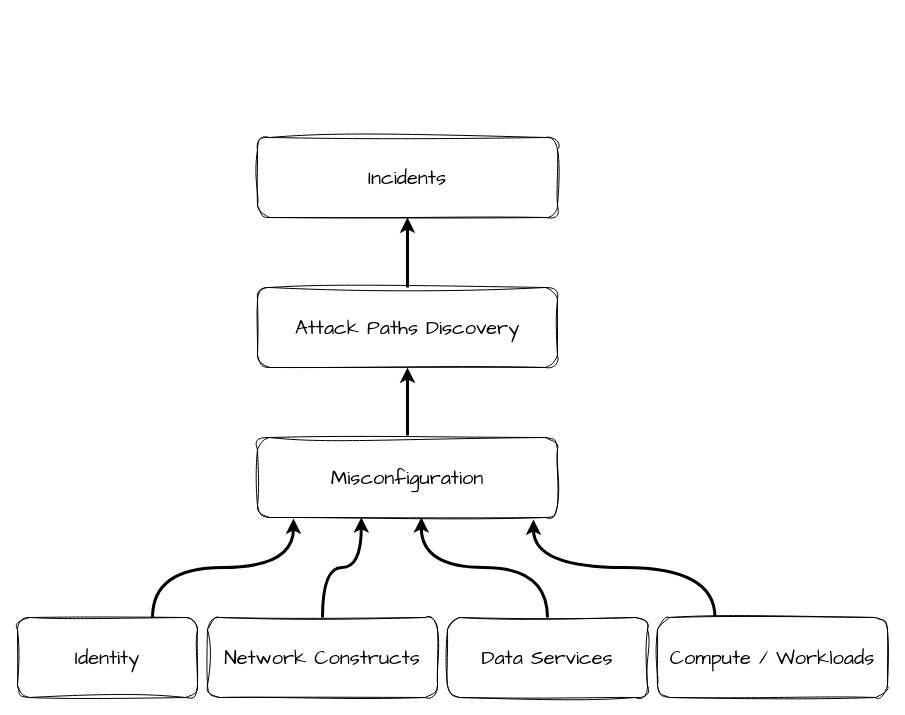
The draw.io diagram page "Alerts Types" (4 of 4) of Prisma Cloud - Features.drawio in billhoph/whiteboards, before the edit. Source tidied: cells renumbered, new cells numbered last; positions are measured from the earlier drawing's top-left corner, leaving out a move shared by most shapes. Both pictures are drawn from the tidied source at 100%, with x=0, y=0 at pixel (17, 137). Pictures stored in the file or linked from it are replaced by grey dashed boxes.
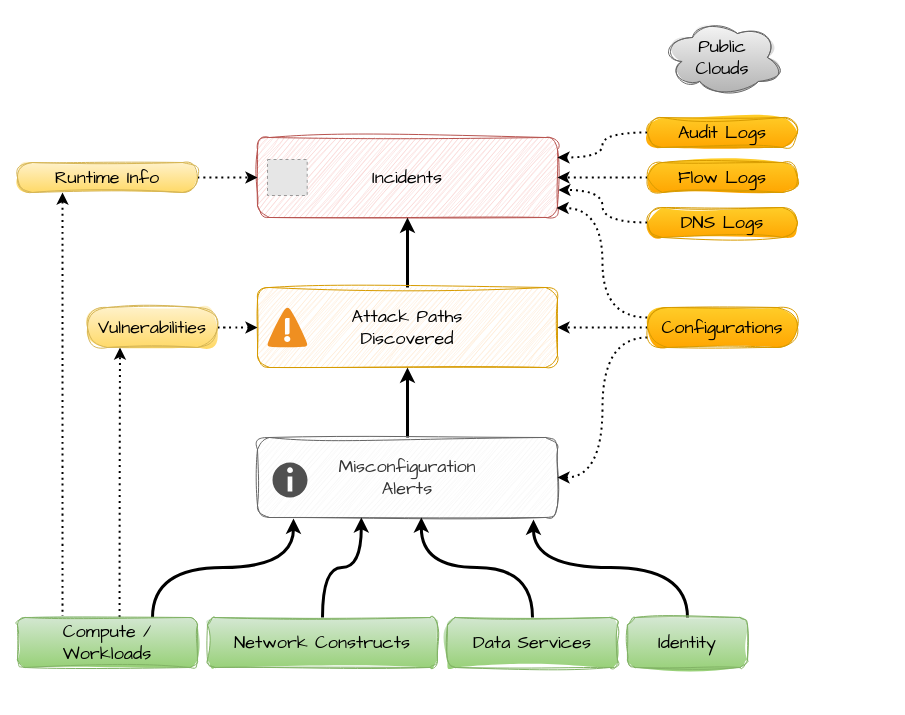
The same diagram, later.

The edit, as a diff of the source:
```diff
@@
-    <mxCell id="2" value="Incidents" style="rounded=1;whiteSpace=wrap;html=1;sketch=1;hachureGap=4;jiggle=2;curveFitting=1;fontFamily=Architects Daughter;fontSize=20;" parent="1" vertex="1">
+    <mxCell id="2" value="Incidents" style="rounded=1;whiteSpace=wrap;html=1;sketch=1;hachureGap=4;jiggle=2;curveFitting=1;fontFamily=Architects Daughter;fontSize=18;fillColor=#f8cecc;strokeColor=#b85450;" parent="1" vertex="1">
       <mxGeometry x="240" width="300" height="80" as="geometry" />
     </mxCell>
-    <mxCell id="3" style="edgeStyle=orthogonalEdgeStyle;rounded=0;hachureGap=4;jettySize=auto;html=1;entryX=0.5;entryY=1;entryDx=0;entryDy=0;fontFamily=Architects Daughter;flowAnimation=1;strokeWidth=3;curved=1;" parent="1" edge="1" source="4" target="2">
+    <mxCell id="3" style="edgeStyle=orthogonalEdgeStyle;rounded=0;hachureGap=4;jettySize=auto;html=1;entryX=0.5;entryY=1;entryDx=0;entryDy=0;fontFamily=Architects Daughter;flowAnimation=1;strokeWidth=3;curved=1;fontSize=18;" parent="1" edge="1" source="4" target="2">
       <mxGeometry relative="1" as="geometry" />
     </mxCell>
-    <mxCell id="4" value="Attack Paths Discovery" style="rounded=1;whiteSpace=wrap;html=1;sketch=1;hachureGap=4;jiggle=2;curveFitting=1;fontFamily=Architects Daughter;fontSize=20;" parent="1" vertex="1">
+    <mxCell id="4" value="Attack Paths&lt;div&gt;Discovered&lt;/div&gt;" style="rounded=1;whiteSpace=wrap;html=1;sketch=1;hachureGap=4;jiggle=2;curveFitting=1;fontFamily=Architects Daughter;fontSize=18;fillColor=#ffe6cc;strokeColor=#d79b00;" parent="1" vertex="1">
       <mxGeometry x="240" y="150" width="300" height="80" as="geometry" />
     </mxCell>
-    <mxCell id="5" style="edgeStyle=orthogonalEdgeStyle;rounded=0;hachureGap=4;jettySize=auto;html=1;exitX=0.5;exitY=0;exitDx=0;exitDy=0;entryX=0.5;entryY=1;entryDx=0;entryDy=0;fontFamily=Architects Daughter;flowAnimation=1;strokeWidth=3;curved=1;" parent="1" edge="1" source="6" target="4">
+    <mxCell id="5" style="edgeStyle=orthogonalEdgeStyle;rounded=0;hachureGap=4;jettySize=auto;html=1;exitX=0.5;exitY=0;exitDx=0;exitDy=0;entryX=0.5;entryY=1;entryDx=0;entryDy=0;fontFamily=Architects Daughter;flowAnimation=1;strokeWidth=3;curved=1;fontSize=18;" parent="1" edge="1" source="6" target="4">
       <mxGeometry relative="1" as="geometry" />
     </mxCell>
-    <mxCell id="6" value="Misconfiguration" style="rounded=1;whiteSpace=wrap;html=1;sketch=1;hachureGap=4;jiggle=2;curveFitting=1;fontFamily=Architects Daughter;fontSize=20;" parent="1" vertex="1">
+    <mxCell id="6" value="Misconfiguration&lt;div&gt;Alerts&lt;/div&gt;" style="rounded=1;whiteSpace=wrap;html=1;sketch=1;hachureGap=4;jiggle=2;curveFitting=1;fontFamily=Architects Daughter;fontSize=18;fillColor=#f5f5f5;fontColor=#333333;strokeColor=#666666;" parent="1" vertex="1">
       <mxGeometry x="240" y="300" width="300" height="80" as="geometry" />
     </mxCell>
-    <mxCell id="7" style="edgeStyle=orthogonalEdgeStyle;rounded=0;hachureGap=4;jettySize=auto;html=1;entryX=0.346;entryY=0.999;entryDx=0;entryDy=0;fontFamily=Architects Daughter;flowAnimation=1;strokeWidth=3;entryPerimeter=0;curved=1;" parent="1" edge="1" source="8" target="6">
+    <mxCell id="7" style="edgeStyle=orthogonalEdgeStyle;rounded=0;hachureGap=4;jettySize=auto;html=1;entryX=0.346;entryY=0.999;entryDx=0;entryDy=0;fontFamily=Architects Daughter;flowAnimation=1;strokeWidth=3;entryPerimeter=0;curved=1;fontSize=18;" parent="1" edge="1" source="8" target="6">
       <mxGeometry relative="1" as="geometry" />
     </mxCell>
+    <mxCell id="9" style="edgeStyle=orthogonalEdgeStyle;rounded=0;hachureGap=4;jettySize=auto;html=1;exitX=0.75;exitY=0;exitDx=0;exitDy=0;entryX=0.12;entryY=1.012;entryDx=0;entryDy=0;fontFamily=Architects Daughter;flowAnimation=1;strokeWidth=3;entryPerimeter=0;curved=1;fontSize=18;" parent="1" edge="1" source="10" target="6">
+      <mxGeometry relative="1" as="geometry" />
+    </mxCell>
+    <mxCell id="15" style="edgeStyle=orthogonalEdgeStyle;curved=1;rounded=0;hachureGap=4;jettySize=auto;html=1;entryX=0.25;entryY=1;entryDx=0;entryDy=0;dashed=1;dashPattern=1 2;strokeColor=default;strokeWidth=2;align=center;verticalAlign=middle;fontFamily=Architects Daughter;fontSize=11;fontColor=default;labelBackgroundColor=default;endArrow=classic;flowAnimation=1;exitX=0.567;exitY=-0.006;exitDx=0;exitDy=0;exitPerimeter=0;" parent="1" edge="1" source="10" target="23">
+      <mxGeometry relative="1" as="geometry" />
+    </mxCell>
+    <mxCell id="16" style="edgeStyle=orthogonalEdgeStyle;curved=1;rounded=0;hachureGap=4;jettySize=auto;html=1;exitX=0.25;exitY=0;exitDx=0;exitDy=0;entryX=0.25;entryY=1;entryDx=0;entryDy=0;dashed=1;dashPattern=1 2;strokeColor=default;strokeWidth=2;align=center;verticalAlign=middle;fontFamily=Architects Daughter;fontSize=11;fontColor=default;labelBackgroundColor=default;endArrow=classic;flowAnimation=1;" parent="1" edge="1" source="10" target="25">
+      <mxGeometry relative="1" as="geometry" />
+    </mxCell>
+    <mxCell id="11" style="edgeStyle=orthogonalEdgeStyle;rounded=0;hachureGap=4;jettySize=auto;html=1;exitX=0.5;exitY=0;exitDx=0;exitDy=0;entryX=0.546;entryY=0.999;entryDx=0;entryDy=0;fontFamily=Architects Daughter;flowAnimation=1;strokeWidth=3;entryPerimeter=0;curved=1;fontSize=18;" parent="1" edge="1" source="12" target="6">
+      <mxGeometry relative="1" as="geometry" />
+    </mxCell>
+    <mxCell id="13" style="edgeStyle=orthogonalEdgeStyle;rounded=0;hachureGap=4;jettySize=auto;html=1;exitX=0.5;exitY=0;exitDx=0;exitDy=0;entryX=0.92;entryY=1.026;entryDx=0;entryDy=0;strokeColor=default;strokeWidth=3;align=center;verticalAlign=middle;fontFamily=Architects Daughter;fontSize=18;fontColor=default;labelBackgroundColor=default;endArrow=classic;flowAnimation=1;entryPerimeter=0;curved=1;" parent="1" edge="1" source="14" target="6">
+      <mxGeometry relative="1" as="geometry" />
+    </mxCell>
+    <mxCell id="17" style="edgeStyle=orthogonalEdgeStyle;curved=1;rounded=0;hachureGap=4;jettySize=auto;html=1;exitX=0;exitY=0.5;exitDx=0;exitDy=0;entryX=1;entryY=0.5;entryDx=0;entryDy=0;dashed=1;dashPattern=1 2;strokeColor=default;strokeWidth=2;align=center;verticalAlign=middle;fontFamily=Architects Daughter;fontSize=11;fontColor=default;labelBackgroundColor=default;endArrow=classic;flowAnimation=1;" parent="1" edge="1" source="30" target="2">
+      <mxGeometry relative="1" as="geometry" />
+    </mxCell>
+    <mxCell id="18" style="edgeStyle=orthogonalEdgeStyle;rounded=0;hachureGap=4;jettySize=auto;html=1;exitX=0;exitY=0.5;exitDx=0;exitDy=0;entryX=1;entryY=0.25;entryDx=0;entryDy=0;fontFamily=Architects Daughter;curved=1;flowAnimation=1;dashed=1;dashPattern=1 2;strokeWidth=2;" parent="1" edge="1" source="31" target="2">
+      <mxGeometry relative="1" as="geometry" />
+    </mxCell>
+    <mxCell id="19" style="edgeStyle=orthogonalEdgeStyle;curved=1;rounded=0;hachureGap=4;jettySize=auto;html=1;exitX=0;exitY=0.25;exitDx=0;exitDy=0;entryX=0.997;entryY=0.881;entryDx=0;entryDy=0;dashed=1;dashPattern=1 2;strokeColor=default;strokeWidth=2;align=center;verticalAlign=middle;fontFamily=Architects Daughter;fontSize=11;fontColor=default;labelBackgroundColor=default;endArrow=classic;flowAnimation=1;entryPerimeter=0;" parent="1" edge="1" source="32" target="2">
+      <mxGeometry relative="1" as="geometry" />
+    </mxCell>
+    <mxCell id="20" style="edgeStyle=orthogonalEdgeStyle;curved=1;rounded=0;hachureGap=4;jettySize=auto;html=1;exitX=0;exitY=0.5;exitDx=0;exitDy=0;entryX=1;entryY=0.5;entryDx=0;entryDy=0;dashed=1;dashPattern=1 2;strokeColor=default;strokeWidth=2;align=center;verticalAlign=middle;fontFamily=Architects Daughter;fontSize=11;fontColor=default;labelBackgroundColor=default;endArrow=classic;flowAnimation=1;" parent="1" edge="1" source="32" target="4">
+      <mxGeometry relative="1" as="geometry" />
+    </mxCell>
+    <mxCell id="21" style="edgeStyle=orthogonalEdgeStyle;curved=1;rounded=0;hachureGap=4;jettySize=auto;html=1;exitX=0;exitY=0.75;exitDx=0;exitDy=0;entryX=1;entryY=0.5;entryDx=0;entryDy=0;dashed=1;dashPattern=1 2;strokeColor=default;strokeWidth=2;align=center;verticalAlign=middle;fontFamily=Architects Daughter;fontSize=11;fontColor=default;labelBackgroundColor=default;endArrow=classic;flowAnimation=1;" parent="1" edge="1" source="32" target="6">
+      <mxGeometry relative="1" as="geometry" />
+    </mxCell>
+    <mxCell id="22" style="edgeStyle=orthogonalEdgeStyle;curved=1;rounded=0;hachureGap=4;jettySize=auto;html=1;entryX=0;entryY=0.5;entryDx=0;entryDy=0;dashed=1;dashPattern=1 2;strokeColor=default;strokeWidth=2;align=center;verticalAlign=middle;fontFamily=Architects Daughter;fontSize=11;fontColor=default;labelBackgroundColor=default;endArrow=classic;flowAnimation=1;" parent="1" edge="1" source="23" target="4">
+      <mxGeometry relative="1" as="geometry" />
+    </mxCell>
+    <mxCell id="23" value="Vulnerabilities" style="rounded=1;whiteSpace=wrap;html=1;sketch=1;hachureGap=4;jiggle=2;curveFitting=1;fontFamily=Architects Daughter;arcSize=50;fontSize=18;fillColor=#fff2cc;gradientColor=#ffd966;strokeColor=#d6b656;" parent="1" vertex="1">
+      <mxGeometry x="70" y="170" width="130" height="40" as="geometry" />
+    </mxCell>
+    <mxCell id="24" style="edgeStyle=orthogonalEdgeStyle;curved=1;rounded=0;hachureGap=4;jettySize=auto;html=1;entryX=0;entryY=0.5;entryDx=0;entryDy=0;dashed=1;dashPattern=1 2;strokeColor=default;strokeWidth=2;align=center;verticalAlign=middle;fontFamily=Architects Daughter;fontSize=11;fontColor=default;labelBackgroundColor=default;endArrow=classic;flowAnimation=1;" parent="1" edge="1" source="25" target="2">
+      <mxGeometry relative="1" as="geometry" />
+    </mxCell>
+    <mxCell id="25" value="Runtime Info" style="rounded=1;whiteSpace=wrap;html=1;sketch=1;hachureGap=4;jiggle=2;curveFitting=1;fontFamily=Architects Daughter;arcSize=50;fontSize=18;fillColor=#fff2cc;gradientColor=#ffd966;strokeColor=#d6b656;" parent="1" vertex="1">
+      <mxGeometry y="25" width="180" height="30" as="geometry" />
+    </mxCell>
-    <mxCell id="8" value="Network Constructs" style="rounded=1;whiteSpace=wrap;html=1;sketch=1;hachureGap=4;jiggle=2;curveFitting=1;fontFamily=Architects Daughter;fontSize=20;" parent="1" vertex="1">
-      <mxGeometry x="190" y="480" width="230" height="80" as="geometry" />
+    <mxCell id="8" value="Network Constructs" style="rounded=1;whiteSpace=wrap;html=1;sketch=1;hachureGap=4;jiggle=2;curveFitting=1;fontFamily=Architects Daughter;fontSize=18;fillColor=#d5e8d4;gradientColor=#97d077;strokeColor=#82b366;" parent="1" vertex="1">
+      <mxGeometry x="190" y="480" width="230" height="50" as="geometry" />
     </mxCell>
-    <mxCell id="9" style="edgeStyle=orthogonalEdgeStyle;rounded=0;hachureGap=4;jettySize=auto;html=1;exitX=0.75;exitY=0;exitDx=0;exitDy=0;entryX=0.12;entryY=1.012;entryDx=0;entryDy=0;fontFamily=Architects Daughter;flowAnimation=1;strokeWidth=3;entryPerimeter=0;curved=1;" parent="1" edge="1" source="10" target="6">
-      <mxGeometry relative="1" as="geometry" />
-    </mxCell>
-    <mxCell id="10" value="Identity" style="rounded=1;whiteSpace=wrap;html=1;sketch=1;hachureGap=4;jiggle=2;curveFitting=1;fontFamily=Architects Daughter;fontSize=20;" parent="1" vertex="1">
-      <mxGeometry y="480" width="180" height="80" as="geometry" />
+    <mxCell id="10" value="Compute / Workloads" style="rounded=1;whiteSpace=wrap;html=1;sketch=1;hachureGap=4;jiggle=2;curveFitting=1;fontFamily=Architects Daughter;fontSize=18;fillColor=#d5e8d4;gradientColor=#97d077;strokeColor=#82b366;" parent="1" vertex="1">
+      <mxGeometry y="480" width="180" height="50" as="geometry" />
     </mxCell>
-    <mxCell id="11" style="edgeStyle=orthogonalEdgeStyle;rounded=0;hachureGap=4;jettySize=auto;html=1;exitX=0.5;exitY=0;exitDx=0;exitDy=0;entryX=0.546;entryY=0.999;entryDx=0;entryDy=0;fontFamily=Architects Daughter;flowAnimation=1;strokeWidth=3;entryPerimeter=0;curved=1;" parent="1" edge="1" source="12" target="6">
-      <mxGeometry relative="1" as="geometry" />
-    </mxCell>
-    <mxCell id="12" value="Data Services" style="rounded=1;whiteSpace=wrap;html=1;sketch=1;hachureGap=4;jiggle=2;curveFitting=1;fontFamily=Architects Daughter;fontSize=20;" parent="1" vertex="1">
-      <mxGeometry x="430" y="480" width="200" height="80" as="geometry" />
+    <mxCell id="12" value="Data Services" style="rounded=1;whiteSpace=wrap;html=1;sketch=1;hachureGap=4;jiggle=2;curveFitting=1;fontFamily=Architects Daughter;fontSize=18;fillColor=#d5e8d4;gradientColor=#97d077;strokeColor=#82b366;" parent="1" vertex="1">
+      <mxGeometry x="430" y="480" width="170" height="50" as="geometry" />
     </mxCell>
-    <mxCell id="13" style="edgeStyle=orthogonalEdgeStyle;rounded=0;hachureGap=4;jettySize=auto;html=1;exitX=0.25;exitY=0;exitDx=0;exitDy=0;entryX=0.92;entryY=1.026;entryDx=0;entryDy=0;strokeColor=default;strokeWidth=3;align=center;verticalAlign=middle;fontFamily=Architects Daughter;fontSize=11;fontColor=default;labelBackgroundColor=default;endArrow=classic;flowAnimation=1;entryPerimeter=0;curved=1;" parent="1" edge="1" source="14" target="6">
-      <mxGeometry relative="1" as="geometry" />
-    </mxCell>
-    <mxCell id="14" value="Compute / Workloads" style="rounded=1;whiteSpace=wrap;html=1;sketch=1;hachureGap=4;jiggle=2;curveFitting=1;fontFamily=Architects Daughter;fontSize=20;" parent="1" vertex="1">
-      <mxGeometry x="640" y="480" width="230" height="80" as="geometry" />
+    <mxCell id="14" value="Identity" style="rounded=1;whiteSpace=wrap;html=1;sketch=1;hachureGap=4;jiggle=2;curveFitting=1;fontFamily=Architects Daughter;fontSize=18;fillColor=#d5e8d4;gradientColor=#97d077;strokeColor=#82b366;" parent="1" vertex="1">
+      <mxGeometry x="610" y="480" width="120" height="50" as="geometry" />
     </mxCell>
+    <mxCell id="26" style="shadow=0;dashed=0;html=1;strokeColor=none;fillColor=#FF0000;labelPosition=center;verticalLabelPosition=bottom;verticalAlign=top;align=center;shape=mxgraph.veeam.2d.alert;hachureGap=4;fontFamily=Architects Daughter;fontSize=11;fontColor=default;labelBackgroundColor=default;" parent="1" vertex="1">
+      <mxGeometry x="250" y="170" width="40" height="40" as="geometry" />
+    </mxCell>
+    <mxCell id="27" style="sketch=0;shadow=0;dashed=0;html=1;strokeColor=none;labelPosition=center;verticalLabelPosition=bottom;verticalAlign=top;align=center;fillColor=#505050;shape=mxgraph.mscae.intune.alerts;hachureGap=4;jiggle=2;curveFitting=1;fontFamily=Architects Daughter;fontSize=11;fontColor=default;labelBackgroundColor=default;" parent="1" vertex="1">
+      <mxGeometry x="255" y="325" width="35" height="35" as="geometry" />
+    </mxCell>
+    <mxCell id="28" style="fillColor=#E6E6E6;strokeColor=#999999;dashed=1;verticalLabelPosition=bottom;labelBackgroundColor=default;verticalAlign=top;" parent="1" vertex="1">
+      <mxGeometry x="250" y="22" width="39.7" height="36" as="geometry" />
+    </mxCell>
+    <mxCell id="29" style="edgeStyle=orthogonalEdgeStyle;curved=1;rounded=0;hachureGap=4;jettySize=auto;html=1;exitX=0;exitY=0.5;exitDx=0;exitDy=0;entryX=1.003;entryY=0.656;entryDx=0;entryDy=0;dashed=1;dashPattern=1 2;strokeColor=default;strokeWidth=2;align=center;verticalAlign=middle;fontFamily=Architects Daughter;fontSize=11;fontColor=default;labelBackgroundColor=default;endArrow=classic;flowAnimation=1;entryPerimeter=0;" parent="1" edge="1" source="33" target="2">
+      <mxGeometry relative="1" as="geometry" />
+    </mxCell>
+    <mxCell id="30" value="Flow Logs" style="rounded=1;whiteSpace=wrap;html=1;sketch=1;hachureGap=4;jiggle=2;curveFitting=1;fontFamily=Architects Daughter;arcSize=50;fontSize=18;fillColor=#ffcd28;gradientColor=#ffa500;strokeColor=#d79b00;" parent="1" vertex="1">
+      <mxGeometry x="630" y="25" width="150" height="30" as="geometry" />
+    </mxCell>
+    <mxCell id="31" value="Audit Logs" style="rounded=1;whiteSpace=wrap;html=1;sketch=1;hachureGap=4;jiggle=2;curveFitting=1;fontFamily=Architects Daughter;arcSize=50;fontSize=18;fillColor=#ffcd28;gradientColor=#ffa500;strokeColor=#d79b00;" parent="1" vertex="1">
+      <mxGeometry x="630" y="-20" width="150" height="30" as="geometry" />
+    </mxCell>
+    <mxCell id="32" value="Configurations" style="rounded=1;whiteSpace=wrap;html=1;sketch=1;hachureGap=4;jiggle=2;curveFitting=1;fontFamily=Architects Daughter;arcSize=50;fontSize=18;fillColor=#ffcd28;gradientColor=#ffa500;strokeColor=#d79b00;" parent="1" vertex="1">
+      <mxGeometry x="630" y="170" width="150" height="40" as="geometry" />
+    </mxCell>
+    <mxCell id="33" value="DNS Logs" style="rounded=1;whiteSpace=wrap;html=1;sketch=1;hachureGap=4;jiggle=2;curveFitting=1;fontFamily=Architects Daughter;arcSize=50;fontSize=18;fillColor=#ffcd28;gradientColor=#ffa500;strokeColor=#d79b00;" parent="1" vertex="1">
+      <mxGeometry x="630" y="70" width="150" height="30" as="geometry" />
+    </mxCell>
+    <mxCell id="34" value="Public&lt;div&gt;Clouds&lt;/div&gt;" style="ellipse;shape=cloud;whiteSpace=wrap;html=1;sketch=1;hachureGap=4;jiggle=2;curveFitting=1;fontFamily=Architects Daughter;fontSize=18;labelBackgroundColor=none;fillColor=#f5f5f5;gradientColor=#b3b3b3;strokeColor=#666666;" parent="1" vertex="1">
+      <mxGeometry x="645" y="-120" width="120" height="80" as="geometry" />
+    </mxCell>
```
